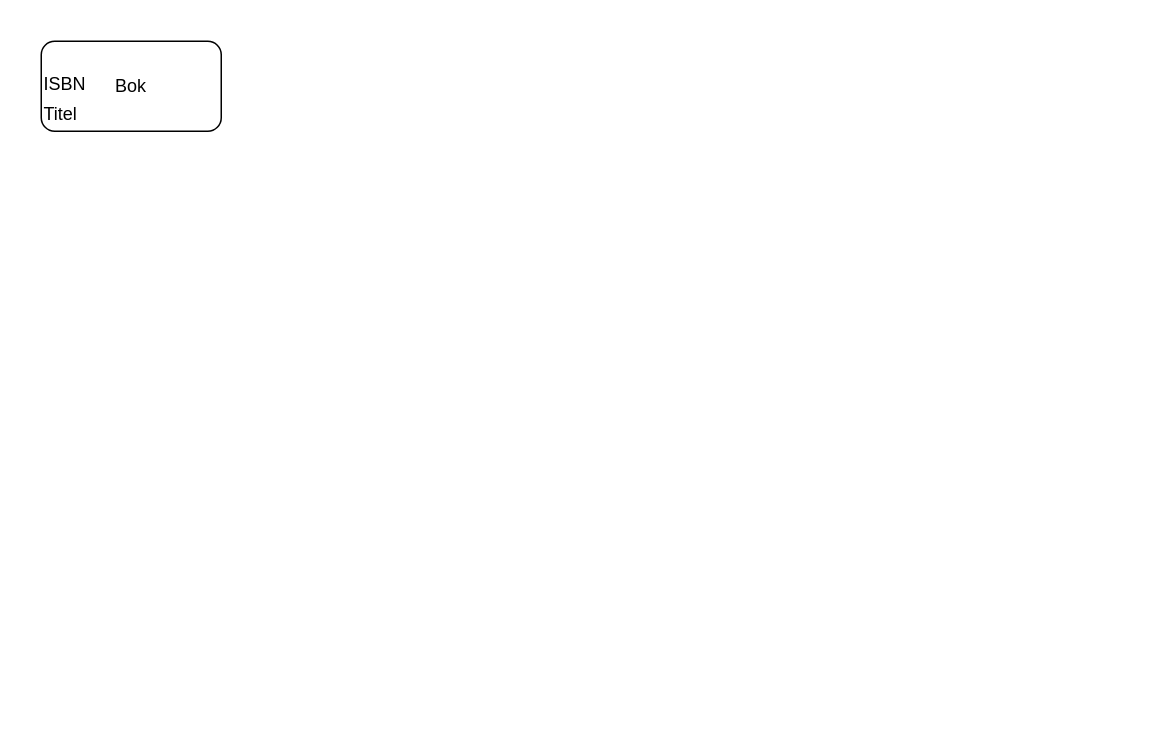
Earlier version of the draw.io diagram som.drawio (pyropoo/school). Source tidied: cells renumbered, new cells numbered last; positions are measured from the earlier drawing's top-left corner, leaving out a move shared by most shapes. Both pictures are drawn from the tidied source at 150%, with x=0, y=0 at pixel (40, 40).
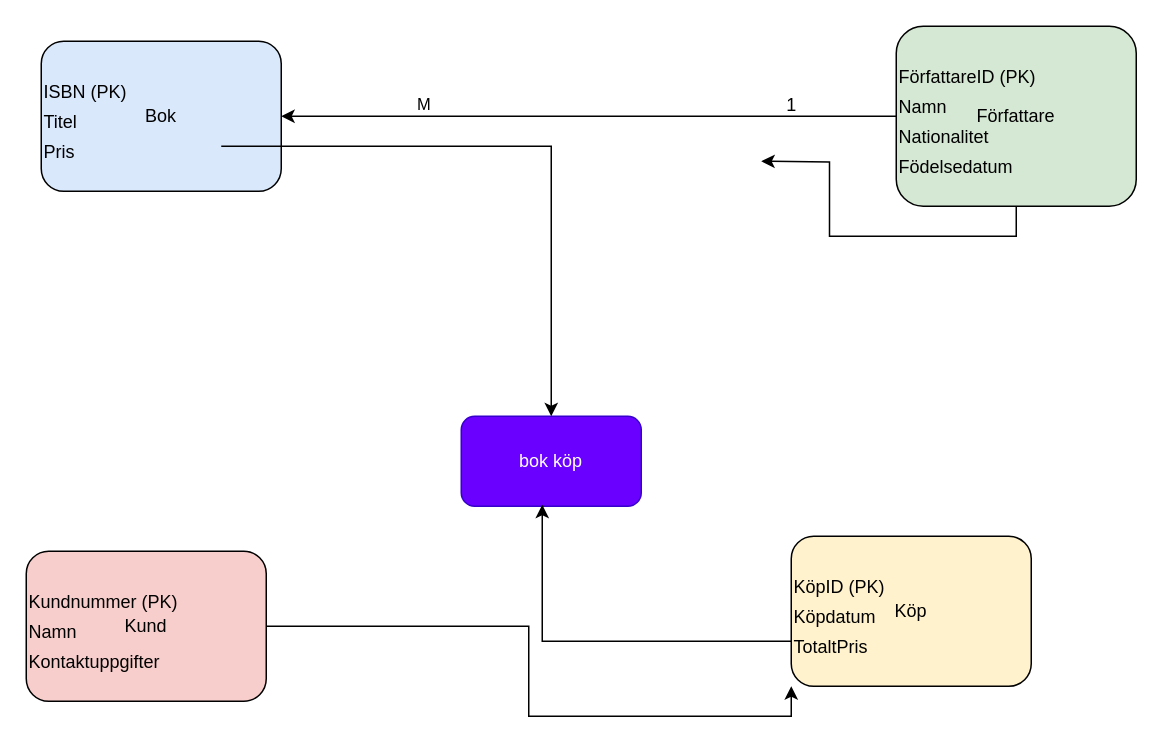
The same page after the edit.

What changed in the source:
```diff
@@
-    <mxCell id="2" value="Bok" style="rounded=1;whiteSpace=wrap;html=1;" parent="1" vertex="1">
-      <mxGeometry width="120" height="60" as="geometry" />
+    <mxCell id="2" value="Bok" style="rounded=1;whiteSpace=wrap;html=1;fillColor=#dae8fc;" parent="1" vertex="1">
+      <mxGeometry width="160" height="100" as="geometry" />
     </mxCell>
-    <mxCell id="3" value="ISBN" style="text;html=1;strokeColor=none;fillColor=none;" parent="2" vertex="1">
-      <mxGeometry y="15" width="80" height="20" as="geometry" />
+    <mxCell id="3" value="ISBN (PK)" style="text;html=1;strokeColor=none;fillColor=none;" parent="2" vertex="1">
+      <mxGeometry y="20" width="120" height="20" as="geometry" />
     </mxCell>
     <mxCell id="4" value="Titel" style="text;html=1;strokeColor=none;fillColor=none;" parent="2" vertex="1">
-      <mxGeometry y="35" width="80" height="20" as="geometry" />
+      <mxGeometry y="40" width="120" height="20" as="geometry" />
     </mxCell>
+    <mxCell id="5" value="Pris" style="text;html=1;strokeColor=none;fillColor=none;" parent="2" vertex="1">
+      <mxGeometry y="60" width="120" height="20" as="geometry" />
+    </mxCell>
+    <mxCell id="6" style="edgeStyle=orthogonalEdgeStyle;rounded=0;jettySize=auto;html=1;exitX=0.5;exitY=1;exitDx=0;exitDy=0;" parent="1" edge="1" source="9">
+      <mxGeometry relative="1" as="geometry">
+        <mxPoint x="480" y="80" as="targetPoint" />
+      </mxGeometry>
+    </mxCell>
+    <mxCell id="7" style="edgeStyle=orthogonalEdgeStyle;rounded=0;jettySize=auto;html=1;" parent="1" edge="1" source="9" target="2">
+      <mxGeometry relative="1" as="geometry" />
+    </mxCell>
+    <mxCell id="8" value="M" style="edgeLabel;html=1;align=center;verticalAlign=middle;" parent="7" vertex="1">
+      <mxGeometry x="0.54" y="-9" relative="1" as="geometry" />
+    </mxCell>
+    <mxCell id="9" value="Författare" style="rounded=1;whiteSpace=wrap;html=1;fillColor=#d5e8d4;" parent="1" vertex="1">
+      <mxGeometry x="570" y="-10" width="160" height="120" as="geometry" />
+    </mxCell>
+    <mxCell id="10" value="FörfattareID (PK)" style="text;html=1;strokeColor=none;fillColor=none;" parent="9" vertex="1">
+      <mxGeometry y="20" width="120" height="20" as="geometry" />
+    </mxCell>
+    <mxCell id="11" value="Namn" style="text;html=1;strokeColor=none;fillColor=none;" parent="9" vertex="1">
+      <mxGeometry y="40" width="120" height="20" as="geometry" />
+    </mxCell>
+    <mxCell id="12" value="Nationalitet" style="text;html=1;strokeColor=none;fillColor=none;" parent="9" vertex="1">
+      <mxGeometry y="60" width="120" height="20" as="geometry" />
+    </mxCell>
+    <mxCell id="13" value="Födelsedatum" style="text;html=1;strokeColor=none;fillColor=none;" parent="9" vertex="1">
+      <mxGeometry y="80" width="120" height="20" as="geometry" />
+    </mxCell>
+    <mxCell id="14" style="edgeStyle=orthogonalEdgeStyle;rounded=0;jettySize=auto;html=1;entryX=0;entryY=1;entryDx=0;entryDy=0;" parent="1" edge="1" source="15" target="19">
+      <mxGeometry relative="1" as="geometry" />
+    </mxCell>
+    <mxCell id="15" value="Kund" style="rounded=1;whiteSpace=wrap;html=1;fillColor=#f8cecc;" parent="1" vertex="1">
+      <mxGeometry x="-10" y="340" width="160" height="100" as="geometry" />
+    </mxCell>
+    <mxCell id="16" value="Kundnummer (PK)" style="text;html=1;strokeColor=none;fillColor=none;" parent="15" vertex="1">
+      <mxGeometry y="20" width="120" height="20" as="geometry" />
+    </mxCell>
+    <mxCell id="17" value="Namn" style="text;html=1;strokeColor=none;fillColor=none;" parent="15" vertex="1">
+      <mxGeometry y="40" width="120" height="20" as="geometry" />
+    </mxCell>
+    <mxCell id="18" value="Kontaktuppgifter" style="text;html=1;strokeColor=none;fillColor=none;" parent="15" vertex="1">
+      <mxGeometry y="60" width="120" height="20" as="geometry" />
+    </mxCell>
+    <mxCell id="19" value="Köp" style="rounded=1;whiteSpace=wrap;html=1;fillColor=#fff2cc;" parent="1" vertex="1">
+      <mxGeometry x="500" y="330" width="160" height="100" as="geometry" />
+    </mxCell>
+    <mxCell id="20" value="KöpID (PK)" style="text;html=1;strokeColor=none;fillColor=none;" parent="19" vertex="1">
+      <mxGeometry y="20" width="120" height="20" as="geometry" />
+    </mxCell>
+    <mxCell id="21" value="Köpdatum" style="text;html=1;strokeColor=none;fillColor=none;" parent="19" vertex="1">
+      <mxGeometry y="40" width="120" height="20" as="geometry" />
+    </mxCell>
+    <mxCell id="22" value="TotaltPris" style="text;html=1;strokeColor=none;fillColor=none;" parent="19" vertex="1">
+      <mxGeometry y="60" width="120" height="20" as="geometry" />
+    </mxCell>
+    <mxCell id="23" value="1" style="text;html=1;align=center;verticalAlign=middle;strokeColor=none;fillColor=none;" parent="1" vertex="1">
+      <mxGeometry x="485" y="28" width="30" height="30" as="geometry" />
+    </mxCell>
+    <mxCell id="24" value="bok köp" style="rounded=1;whiteSpace=wrap;html=1;fillColor=#6a00ff;strokeColor=#3700CC;fontColor=#ffffff;" parent="1" vertex="1">
+      <mxGeometry x="280" y="250" width="120" height="60" as="geometry" />
+    </mxCell>
+    <mxCell id="25" style="edgeStyle=orthogonalEdgeStyle;rounded=0;jettySize=auto;html=1;entryX=0.45;entryY=0.983;entryDx=0;entryDy=0;entryPerimeter=0;" parent="1" edge="1" source="22" target="24">
+      <mxGeometry relative="1" as="geometry" />
+    </mxCell>
+    <mxCell id="26" style="edgeStyle=orthogonalEdgeStyle;rounded=0;jettySize=auto;html=1;" parent="1" edge="1" source="5" target="24">
+      <mxGeometry relative="1" as="geometry" />
+    </mxCell>
```
